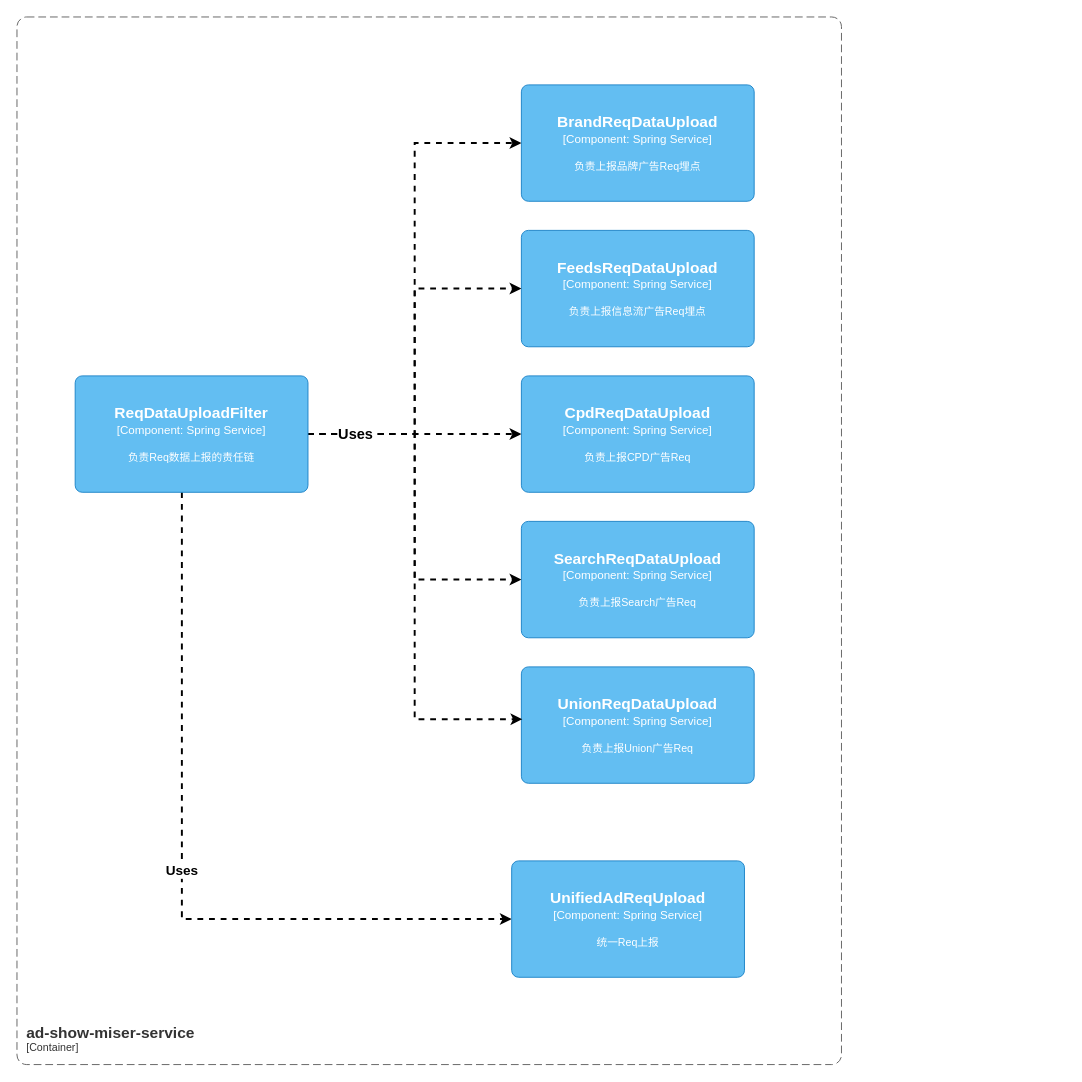
Above: page "Mixer统一ObusTracker" (2 of 5) of universal-engine/universal-transparent.drawio in karlchan-cn/drawio-repository (draw.io), before the change. Source tidied: cells renumbered, new cells numbered last; positions are measured from the earlier drawing's top-left corner, leaving out a move shared by most shapes. Both pictures are drawn from the tidied source at 97%, with x=0, y=0 at pixel (16, 16).
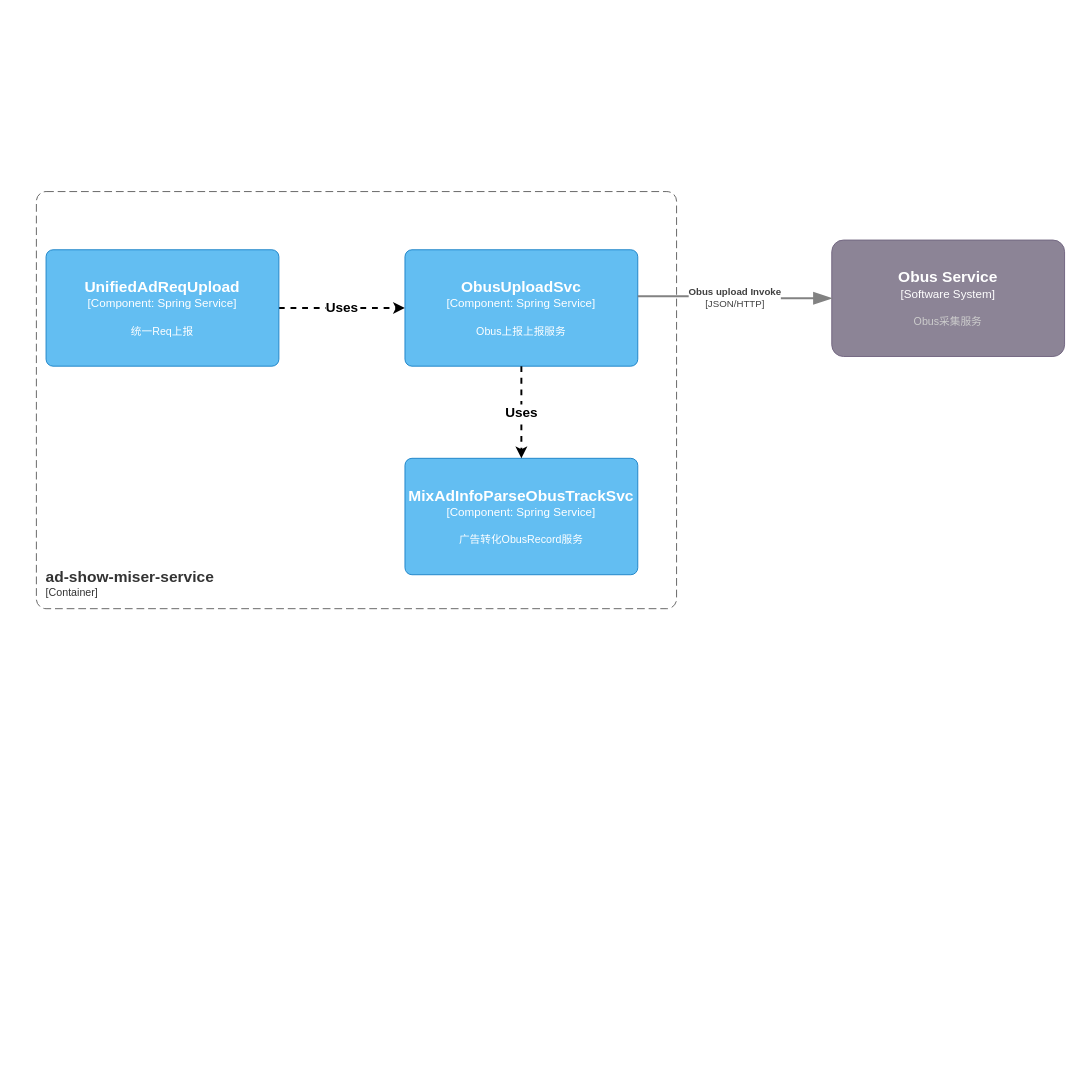
After the change.

What changed in the source:
```diff
@@
     <object id="2" label="&lt;font style=&quot;font-size: 16px&quot;&gt;&lt;b&gt;&lt;div style=&quot;text-align: left&quot;&gt;%c4Name%&lt;/div&gt;&lt;/b&gt;&lt;/font&gt;&lt;div style=&quot;text-align: left&quot;&gt;[%c4Application%]&lt;/div&gt;" c4Application="Container" c4Name="ad-show-miser-service" placeholders="1">
       <mxCell style="rounded=1;fontSize=11;whiteSpace=wrap;html=1;dashed=1;arcSize=20;fillColor=none;strokeColor=#666666;fontColor=#333333;labelBackgroundColor=none;align=left;verticalAlign=bottom;labelBorderColor=none;spacingTop=0;spacing=10;dashPattern=8 4;perimeter=rectanglePerimeter;noLabel=0;labelPadding=0;absoluteArcSize=1;" parent="1" vertex="1">
-        <mxGeometry width="850" height="1080" as="geometry" />
+        <mxGeometry x="20" y="180" width="660" height="430" as="geometry" />
       </mxCell>
     </object>
-    <object id="3" label="&lt;font style=&quot;font-size: 16px&quot;&gt;&lt;b&gt;%c4Name%&lt;/b&gt;&lt;/font&gt;&lt;div&gt;[%c4Type%: %c4Technology%]&lt;/div&gt;&lt;br&gt;&lt;div&gt;&lt;font style=&quot;font-size: 11px&quot;&gt;%c4Description%&lt;/font&gt;&lt;/div&gt;" c4Description="负责上报信息流广告Req埋点" c4Name="FeedsReqDataUpload" c4Technology="Spring Service" c4Type="Component" placeholders="1">
-      <mxCell style="rounded=1;whiteSpace=wrap;html=1;labelBackgroundColor=none;fillColor=#63BEF2;fontColor=#ffffff;align=center;arcSize=6;strokeColor=#2086C9;points=[[0.25,0,0],[0.5,0,0],[0.75,0,0],[1,0.25,0],[1,0.5,0],[1,0.75,0],[0.75,1,0],[0.5,1,0],[0.25,1,0],[0,0.75,0],[0,0.5,0],[0,0.25,0]];" parent="1" vertex="1">
-        <mxGeometry x="520" y="220" width="240" height="120" as="geometry" />
-      </mxCell>
-    </object>
-    <object id="4" label="&lt;font style=&quot;font-size: 16px&quot;&gt;&lt;b&gt;%c4Name%&lt;/b&gt;&lt;/font&gt;&lt;div&gt;[%c4Type%: %c4Technology%]&lt;/div&gt;&lt;br&gt;&lt;div&gt;&lt;font style=&quot;font-size: 11px&quot;&gt;%c4Description%&lt;/font&gt;&lt;/div&gt;" c4Description="负责上报CPD广告Req" c4Name="CpdReqDataUpload" c4Technology="Spring Service" c4Type="Component" placeholders="1">
-      <mxCell style="rounded=1;whiteSpace=wrap;html=1;labelBackgroundColor=none;fillColor=#63BEF2;fontColor=#ffffff;align=center;arcSize=6;strokeColor=#2086C9;points=[[0.25,0,0],[0.5,0,0],[0.75,0,0],[1,0.25,0],[1,0.5,0],[1,0.75,0],[0.75,1,0],[0.5,1,0],[0.25,1,0],[0,0.75,0],[0,0.5,0],[0,0.25,0]];" parent="1" vertex="1">
-        <mxGeometry x="520" y="370" width="240" height="120" as="geometry" />
-      </mxCell>
-    </object>
-    <object id="5" label="&lt;font style=&quot;font-size: 16px&quot;&gt;&lt;b&gt;%c4Name%&lt;/b&gt;&lt;/font&gt;&lt;div&gt;[%c4Type%: %c4Technology%]&lt;/div&gt;&lt;br&gt;&lt;div&gt;&lt;font style=&quot;font-size: 11px&quot;&gt;%c4Description%&lt;/font&gt;&lt;/div&gt;" c4Description="负责上报Search广告Req" c4Name="SearchReqDataUpload" c4Technology="Spring Service" c4Type="Component" placeholders="1">
-      <mxCell style="rounded=1;whiteSpace=wrap;html=1;labelBackgroundColor=none;fillColor=#63BEF2;fontColor=#ffffff;align=center;arcSize=6;strokeColor=#2086C9;points=[[0.25,0,0],[0.5,0,0],[0.75,0,0],[1,0.25,0],[1,0.5,0],[1,0.75,0],[0.75,1,0],[0.5,1,0],[0.25,1,0],[0,0.75,0],[0,0.5,0],[0,0.25,0]];" parent="1" vertex="1">
-        <mxGeometry x="520" y="520" width="240" height="120" as="geometry" />
-      </mxCell>
-    </object>
-    <object id="6" label="&lt;font style=&quot;font-size: 16px&quot;&gt;&lt;b&gt;%c4Name%&lt;/b&gt;&lt;/font&gt;&lt;div&gt;[%c4Type%: %c4Technology%]&lt;/div&gt;&lt;br&gt;&lt;div&gt;&lt;font style=&quot;font-size: 11px&quot;&gt;%c4Description%&lt;/font&gt;&lt;/div&gt;" c4Description="负责上报Union广告Req" c4Name="UnionReqDataUpload" c4Technology="Spring Service" c4Type="Component" placeholders="1">
-      <mxCell style="rounded=1;whiteSpace=wrap;html=1;labelBackgroundColor=none;fillColor=#63BEF2;fontColor=#ffffff;align=center;arcSize=6;strokeColor=#2086C9;points=[[0.25,0,0],[0.5,0,0],[0.75,0,0],[1,0.25,0],[1,0.5,0],[1,0.75,0],[0.75,1,0],[0.5,1,0],[0.25,1,0],[0,0.75,0],[0,0.5,0],[0,0.25,0]];" parent="1" vertex="1">
-        <mxGeometry x="520" y="670" width="240" height="120" as="geometry" />
-      </mxCell>
-    </object>
-    <object id="7" label="&lt;font style=&quot;font-size: 16px&quot;&gt;&lt;b&gt;%c4Name%&lt;/b&gt;&lt;/font&gt;&lt;div&gt;[%c4Type%: %c4Technology%]&lt;/div&gt;&lt;br&gt;&lt;div&gt;&lt;font style=&quot;font-size: 11px&quot;&gt;%c4Description%&lt;/font&gt;&lt;/div&gt;" c4Description="负责上报品牌广告Req埋点" c4Name="BrandReqDataUpload" c4Technology="Spring Service" c4Type="Component" placeholders="1">
-      <mxCell style="rounded=1;whiteSpace=wrap;html=1;labelBackgroundColor=none;fillColor=#63BEF2;fontColor=#ffffff;align=center;arcSize=6;strokeColor=#2086C9;points=[[0.25,0,0],[0.5,0,0],[0.75,0,0],[1,0.25,0],[1,0.5,0],[1,0.75,0],[0.75,1,0],[0.5,1,0],[0.25,1,0],[0,0.75,0],[0,0.5,0],[0,0.25,0]];" parent="1" vertex="1">
-        <mxGeometry x="520" y="70" width="240" height="120" as="geometry" />
-      </mxCell>
-    </object>
-    <mxCell id="8" style="edgeStyle=orthogonalEdgeStyle;rounded=0;jettySize=auto;html=1;entryX=0;entryY=0.5;entryDx=0;entryDy=0;entryPerimeter=0;dashed=1;strokeWidth=2;" parent="1" edge="1" source="14" target="7">
-      <mxGeometry relative="1" as="geometry" />
-    </mxCell>
-    <mxCell id="9" style="edgeStyle=orthogonalEdgeStyle;rounded=0;jettySize=auto;html=1;entryX=0;entryY=0.5;entryDx=0;entryDy=0;entryPerimeter=0;dashed=1;strokeWidth=2;" parent="1" edge="1" source="14" target="3">
-      <mxGeometry relative="1" as="geometry" />
-    </mxCell>
-    <mxCell id="10" style="edgeStyle=orthogonalEdgeStyle;rounded=0;jettySize=auto;html=1;entryX=0;entryY=0.5;entryDx=0;entryDy=0;entryPerimeter=0;dashed=1;strokeWidth=2;" parent="1" edge="1" source="14" target="4">
-      <mxGeometry relative="1" as="geometry" />
-    </mxCell>
-    <mxCell id="11" style="edgeStyle=orthogonalEdgeStyle;rounded=0;jettySize=auto;html=1;entryX=0;entryY=0.5;entryDx=0;entryDy=0;entryPerimeter=0;dashed=1;strokeWidth=2;" parent="1" edge="1" source="14" target="5">
-      <mxGeometry relative="1" as="geometry" />
-    </mxCell>
+    <mxCell id="13" value="Uses" style="edgeStyle=orthogonalEdgeStyle;rounded=0;jettySize=auto;html=1;strokeWidth=2;dashed=1;fontSize=14;fontStyle=1;exitX=1;exitY=0.5;exitDx=0;exitDy=0;exitPerimeter=0;entryX=0;entryY=0.5;entryDx=0;entryDy=0;entryPerimeter=0;" parent="1" edge="1" source="15" target="17">
+      <mxGeometry relative="1" as="geometry">
+        <Array as="points">
+          <mxPoint x="270" y="300" />
+        </Array>
+      </mxGeometry>
+    </mxCell>
+    <object id="15" label="&lt;font style=&quot;font-size: 16px&quot;&gt;&lt;b&gt;%c4Name%&lt;/b&gt;&lt;/font&gt;&lt;div&gt;[%c4Type%: %c4Technology%]&lt;/div&gt;&lt;br&gt;&lt;div&gt;&lt;font style=&quot;font-size: 11px&quot;&gt;%c4Description%&lt;/font&gt;&lt;/div&gt;" c4Description="统一Req上报" c4Name="UnifiedAdReqUpload" c4Technology="Spring Service" c4Type="Component" placeholders="1">
+      <mxCell style="rounded=1;whiteSpace=wrap;html=1;labelBackgroundColor=none;fillColor=#63BEF2;fontColor=#ffffff;align=center;arcSize=6;strokeColor=#2086C9;points=[[0.25,0,0],[0.5,0,0],[0.75,0,0],[1,0.25,0],[1,0.5,0],[1,0.75,0],[0.75,1,0],[0.5,1,0],[0.25,1,0],[0,0.75,0],[0,0.5,0],[0,0.25,0]];" parent="1" vertex="1">
+        <mxGeometry x="30" y="240" width="240" height="120" as="geometry" />
+      </mxCell>
+    </object>
+    <object id="16" label="&lt;font style=&quot;font-size: 16px&quot;&gt;&lt;b&gt;%c4Name%&lt;/b&gt;&lt;/font&gt;&lt;div&gt;[%c4Type%]&lt;/div&gt;&lt;br&gt;&lt;div&gt;&lt;font style=&quot;font-size: 11px&quot;&gt;&lt;font color=&quot;#cccccc&quot;&gt;%c4Description%&lt;/font&gt;&lt;/div&gt;" c4Description="Obus采集服务" c4Name="Obus Service" c4Type="Software System" placeholders="1">
+      <mxCell style="rounded=1;whiteSpace=wrap;html=1;labelBackgroundColor=none;fillColor=#8C8496;fontColor=#ffffff;align=center;arcSize=10;strokeColor=#736782;points=[[0.25,0,0],[0.5,0,0],[0.75,0,0],[1,0.25,0],[1,0.5,0],[1,0.75,0],[0.75,1,0],[0.5,1,0],[0.25,1,0],[0,0.75,0],[0,0.5,0],[0,0.25,0]];" parent="1" vertex="1">
+        <mxGeometry x="840" y="230" width="240" height="120" as="geometry" />
+      </mxCell>
+    </object>
+    <object id="17" label="&lt;font style=&quot;font-size: 16px&quot;&gt;&lt;b&gt;%c4Name%&lt;/b&gt;&lt;/font&gt;&lt;div&gt;[%c4Type%: %c4Technology%]&lt;/div&gt;&lt;br&gt;&lt;div&gt;&lt;font style=&quot;font-size: 11px&quot;&gt;%c4Description%&lt;/font&gt;&lt;/div&gt;" c4Description="Obus上报上报服务" c4Name="ObusUploadSvc" c4Technology="Spring Service" c4Type="Component" placeholders="1">
+      <mxCell style="rounded=1;whiteSpace=wrap;html=1;labelBackgroundColor=none;fillColor=#63BEF2;fontColor=#ffffff;align=center;arcSize=6;strokeColor=#2086C9;points=[[0.25,0,0],[0.5,0,0],[0.75,0,0],[1,0.25,0],[1,0.5,0],[1,0.75,0],[0.75,1,0],[0.5,1,0],[0.25,1,0],[0,0.75,0],[0,0.5,0],[0,0.25,0]];" parent="1" vertex="1">
+        <mxGeometry x="400" y="240" width="240" height="120" as="geometry" />
+      </mxCell>
+    </object>
+    <object id="18" label="&lt;div style=&quot;text-align: left&quot;&gt;&lt;div style=&quot;text-align: center&quot;&gt;&lt;b&gt;%c4Description%&lt;/b&gt;&lt;/div&gt;&lt;div style=&quot;text-align: center&quot;&gt;[%c4Technology%]&lt;/div&gt;&lt;/div&gt;" c4Description="Obus upload Invoke" c4Technology="JSON/HTTP" placeholders="1">
+      <mxCell style="endArrow=blockThin;html=1;fontSize=10;fontColor=#404040;strokeWidth=2;endFill=1;strokeColor=#828282;elbow=vertical;endSize=14;startSize=14;jumpStyle=arc;jumpSize=16;rounded=0;edgeStyle=orthogonalEdgeStyle;entryX=0;entryY=0.5;entryDx=0;entryDy=0;entryPerimeter=0;exitX=1;exitY=0.4;exitDx=0;exitDy=0;exitPerimeter=0;" parent="1" edge="1" source="17" target="16">
+        <mxGeometry relative="1" as="geometry" />
+      </mxCell>
+    </object>
+    <object id="19" label="&lt;font style=&quot;font-size: 16px&quot;&gt;&lt;b&gt;%c4Name%&lt;/b&gt;&lt;/font&gt;&lt;div&gt;[%c4Type%: %c4Technology%]&lt;/div&gt;&lt;br&gt;&lt;div&gt;&lt;font style=&quot;font-size: 11px&quot;&gt;%c4Description%&lt;/font&gt;&lt;/div&gt;" c4Description="广告转化ObusRecord服务" c4Name="MixAdInfoParseObusTrackSvc" c4Technology="Spring Service" c4Type="Component" placeholders="1">
+      <mxCell style="rounded=1;whiteSpace=wrap;html=1;labelBackgroundColor=none;fillColor=#63BEF2;fontColor=#ffffff;align=center;arcSize=6;strokeColor=#2086C9;points=[[0.25,0,0],[0.5,0,0],[0.75,0,0],[1,0.25,0],[1,0.5,0],[1,0.75,0],[0.75,1,0],[0.5,1,0],[0.25,1,0],[0,0.75,0],[0,0.5,0],[0,0.25,0]];" parent="1" vertex="1">
+        <mxGeometry x="400" y="455" width="240" height="120" as="geometry" />
+      </mxCell>
+    </object>
-    <mxCell id="12" value="Uses" style="edgeStyle=orthogonalEdgeStyle;rounded=0;jettySize=auto;html=1;entryX=0.004;entryY=0.45;entryDx=0;entryDy=0;entryPerimeter=0;dashed=1;strokeWidth=2;fontSize=15;fontStyle=1;" parent="1" edge="1" source="14" target="6">
-      <mxGeometry x="-0.81" relative="1" as="geometry" />
+    <mxCell id="12" value="Uses" style="edgeStyle=orthogonalEdgeStyle;rounded=0;jettySize=auto;html=1;strokeWidth=2;dashed=1;fontSize=14;fontStyle=1;exitX=0.5;exitY=1;exitDx=0;exitDy=0;exitPerimeter=0;" parent="1" edge="1" source="17" target="19">
+      <mxGeometry relative="1" as="geometry">
+        <Array as="points">
+          <mxPoint x="520" y="380" />
+          <mxPoint x="520" y="380" />
+        </Array>
+      </mxGeometry>
     </mxCell>
-    <mxCell id="13" value="Uses" style="edgeStyle=orthogonalEdgeStyle;rounded=0;jettySize=auto;html=1;entryX=0;entryY=0.5;entryDx=0;entryDy=0;entryPerimeter=0;strokeWidth=2;dashed=1;fontSize=14;fontStyle=1;" parent="1" edge="1" source="14" target="15">
-      <mxGeometry relative="1" as="geometry">
-        <Array as="points">
-          <mxPoint x="170" y="930" />
-        </Array>
-      </mxGeometry>
-    </mxCell>
-    <object id="14" label="&lt;font style=&quot;font-size: 16px&quot;&gt;&lt;b&gt;%c4Name%&lt;/b&gt;&lt;/font&gt;&lt;div&gt;[%c4Type%: %c4Technology%]&lt;/div&gt;&lt;br&gt;&lt;div&gt;&lt;font style=&quot;font-size: 11px&quot;&gt;%c4Description%&lt;/font&gt;&lt;/div&gt;" c4Description="负责Req数据上报的责任链" c4Name="ReqDataUploadFilter" c4Technology="Spring Service" c4Type="Component" placeholders="1">
-      <mxCell style="rounded=1;whiteSpace=wrap;html=1;labelBackgroundColor=none;fillColor=#63BEF2;fontColor=#ffffff;align=center;arcSize=6;strokeColor=#2086C9;points=[[0.25,0,0],[0.5,0,0],[0.75,0,0],[1,0.25,0],[1,0.5,0],[1,0.75,0],[0.75,1,0],[0.5,1,0],[0.25,1,0],[0,0.75,0],[0,0.5,0],[0,0.25,0]];" parent="1" vertex="1">
-        <mxGeometry x="60" y="370" width="240" height="120" as="geometry" />
-      </mxCell>
-    </object>
-    <object id="15" label="&lt;font style=&quot;font-size: 16px&quot;&gt;&lt;b&gt;%c4Name%&lt;/b&gt;&lt;/font&gt;&lt;div&gt;[%c4Type%: %c4Technology%]&lt;/div&gt;&lt;br&gt;&lt;div&gt;&lt;font style=&quot;font-size: 11px&quot;&gt;%c4Description%&lt;/font&gt;&lt;/div&gt;" c4Description="统一Req上报" c4Name="UnifiedAdReqUpload" c4Technology="Spring Service" c4Type="Component" placeholders="1">
-      <mxCell style="rounded=1;whiteSpace=wrap;html=1;labelBackgroundColor=none;fillColor=#63BEF2;fontColor=#ffffff;align=center;arcSize=6;strokeColor=#2086C9;points=[[0.25,0,0],[0.5,0,0],[0.75,0,0],[1,0.25,0],[1,0.5,0],[1,0.75,0],[0.75,1,0],[0.5,1,0],[0.25,1,0],[0,0.75,0],[0,0.5,0],[0,0.25,0]];" parent="1" vertex="1">
-        <mxGeometry x="510" y="870" width="240" height="120" as="geometry" />
-      </mxCell>
-    </object>
```
